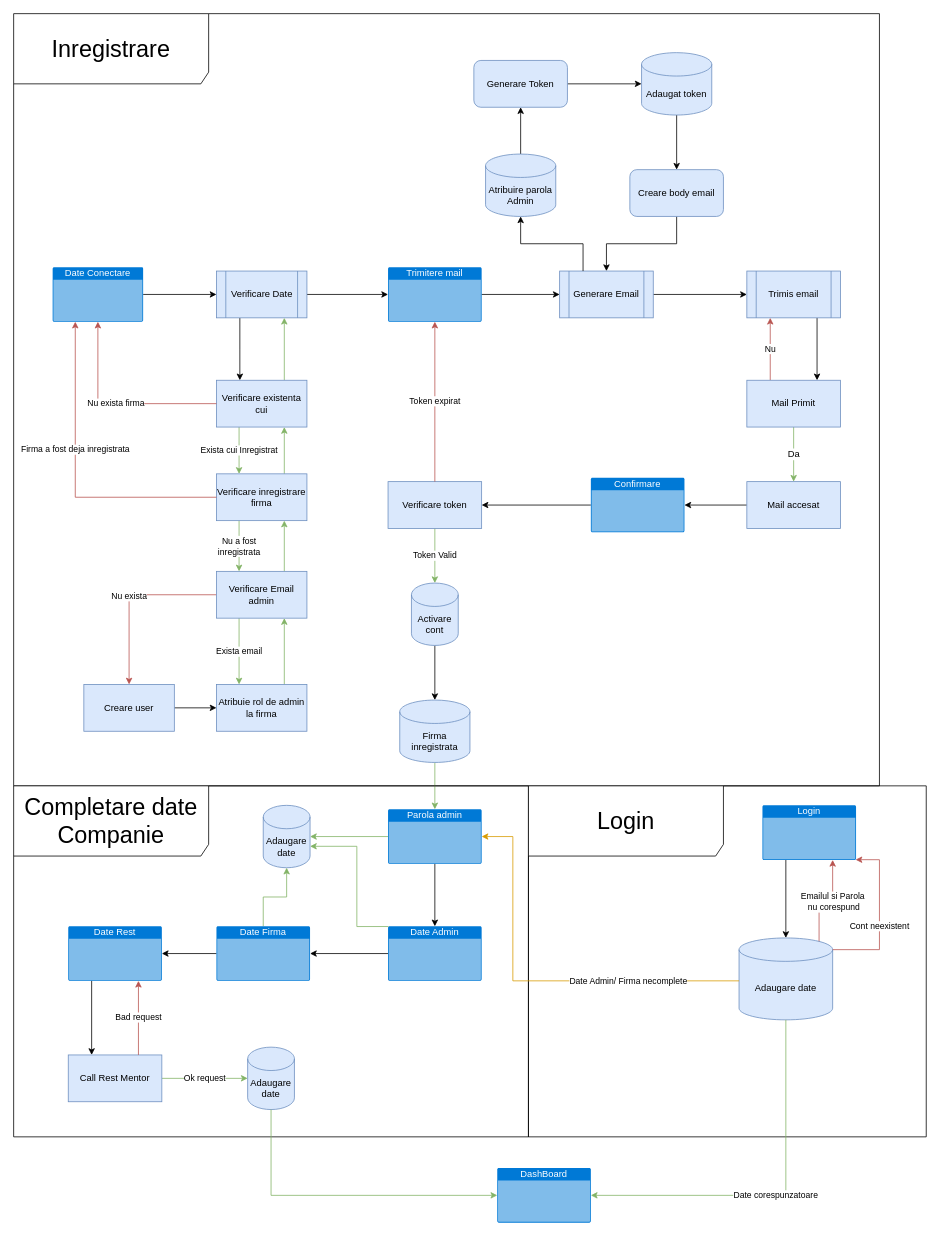
The draw.io diagram Diagramă fără titlu.drawio in andreibill/Arhitecture, before the edit. Source tidied: cells renumbered, new cells numbered last; positions are measured from the earlier drawing's top-left corner, leaving out a move shared by most shapes. Both pictures are drawn from the tidied source at 78%, with x=0, y=0 at pixel (13, 13).
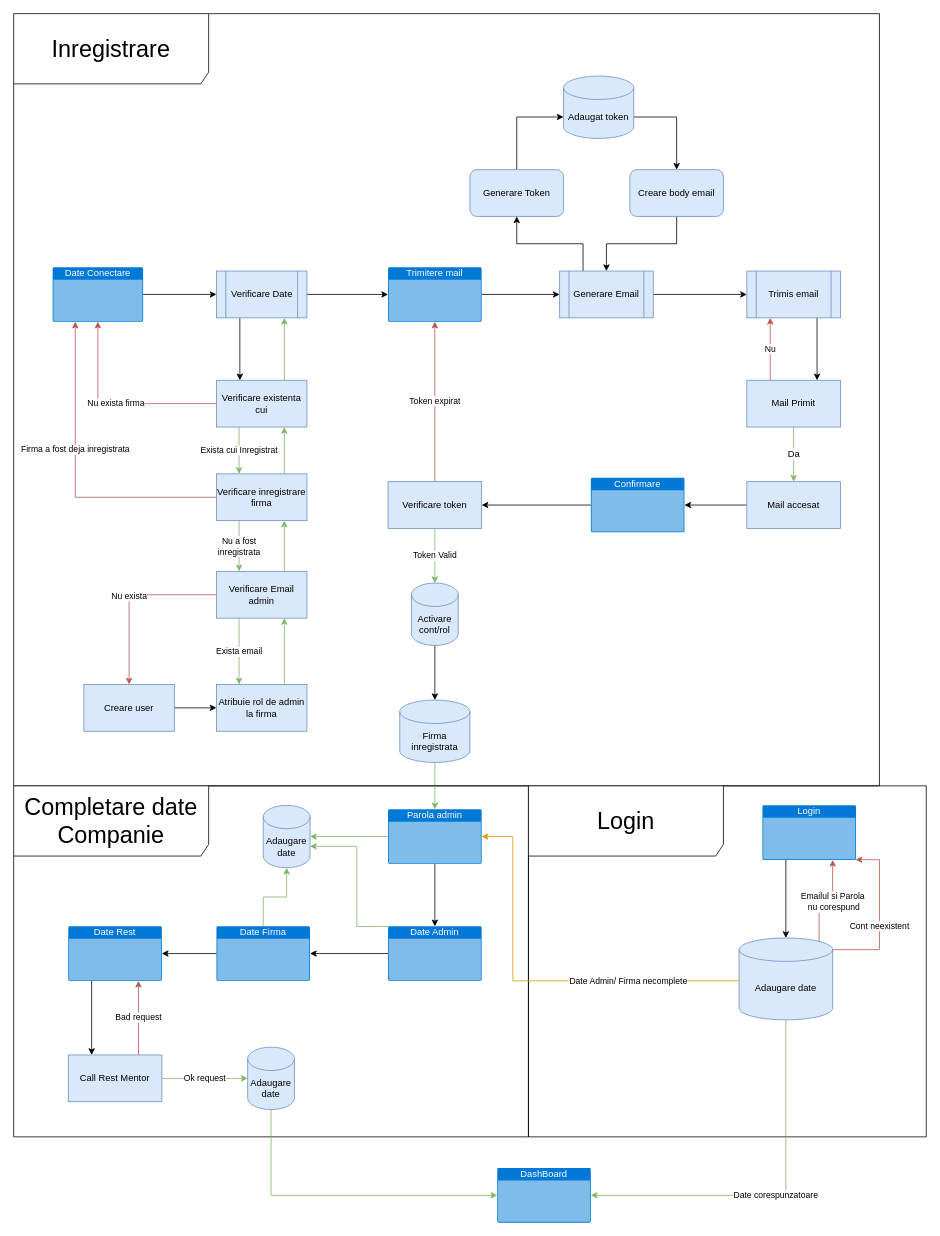
The same page after the edit.

The change refers to these unchanged cells:
```xml
<mxCell id="3" value="Generare Email" style="shape=process;whiteSpace=wrap;html=1;backgroundOutline=1;rounded=0;strokeColor=#6c8ebf;align=center;verticalAlign=middle;fontFamily=Helvetica;fontSize=12;fontColor=default;fillColor=#dae8fc;" parent="1" vertex="1">
  <mxGeometry x="700" y="330" width="120" height="60" as="geometry" />
</mxCell>
<mxCell id="7" value="Creare body email" style="rounded=1;whiteSpace=wrap;html=1;strokeColor=#6c8ebf;align=center;verticalAlign=middle;fontFamily=Helvetica;fontSize=12;fontColor=default;fillColor=#dae8fc;" parent="1" vertex="1">
  <mxGeometry x="790" y="200" width="120" height="60" as="geometry" />
</mxCell>
```

Diff of the diagram source:
```diff
@@
+    <mxCell id="81" style="edgeStyle=orthogonalEdgeStyle;rounded=0;jettySize=auto;html=1;exitX=0.25;exitY=0;exitDx=0;exitDy=0;entryX=0.5;entryY=1;entryDx=0;entryDy=0;" parent="1" edge="1" source="3" target="5">
+      <mxGeometry relative="1" as="geometry" />
+    </mxCell>
@@
-    <mxCell id="4" style="edgeStyle=orthogonalEdgeStyle;rounded=0;jettySize=auto;html=1;" parent="1" edge="1" source="5" target="53">
+    <mxCell id="4" style="edgeStyle=orthogonalEdgeStyle;rounded=0;jettySize=auto;html=1;entryX=0;entryY=0;entryDx=0;entryDy=52.5;entryPerimeter=0;" parent="1" edge="1" source="5" target="53">
       <mxGeometry relative="1" as="geometry" />
     </mxCell>
     <mxCell id="5" value="Generare Token" style="rounded=1;whiteSpace=wrap;html=1;strokeColor=#6c8ebf;align=center;verticalAlign=middle;fontFamily=Helvetica;fontSize=12;fontColor=default;fillColor=#dae8fc;" parent="1" vertex="1">
-      <mxGeometry x="590" y="60" width="120" height="60" as="geometry" />
+      <mxGeometry x="585" y="200" width="120" height="60" as="geometry" />
     </mxCell>
@@
-    <mxCell id="33" value="Activare cont" style="shape=cylinder3;whiteSpace=wrap;html=1;boundedLbl=1;backgroundOutline=1;size=15;fillColor=#dae8fc;strokeColor=#6c8ebf;" parent="1" vertex="1">
+    <mxCell id="33" value="Activare cont/rol&lt;br&gt;" style="shape=cylinder3;whiteSpace=wrap;html=1;boundedLbl=1;backgroundOutline=1;size=15;fillColor=#dae8fc;strokeColor=#6c8ebf;" parent="1" vertex="1">
       <mxGeometry x="510" y="730" width="60" height="80" as="geometry" />
     </mxCell>
@@
-    <mxCell id="52" style="edgeStyle=orthogonalEdgeStyle;rounded=0;jettySize=auto;html=1;" parent="1" edge="1" source="53" target="7">
+    <mxCell id="52" style="edgeStyle=orthogonalEdgeStyle;rounded=0;jettySize=auto;html=1;exitX=1;exitY=0;exitDx=0;exitDy=52.5;exitPerimeter=0;" parent="1" edge="1" source="53" target="7">
       <mxGeometry relative="1" as="geometry" />
     </mxCell>
     <mxCell id="53" value="Adaugat token" style="shape=cylinder3;whiteSpace=wrap;html=1;boundedLbl=1;backgroundOutline=1;size=15;fillColor=#dae8fc;strokeColor=#6c8ebf;" parent="1" vertex="1">
-      <mxGeometry x="805" y="50" width="90" height="80" as="geometry" />
+      <mxGeometry x="705" y="80" width="90" height="80" as="geometry" />
     </mxCell>
@@
-    <mxCell id="63" style="edgeStyle=orthogonalEdgeStyle;rounded=0;jettySize=auto;html=1;" parent="1" edge="1" source="64" target="5">
-      <mxGeometry relative="1" as="geometry" />
-    </mxCell>
-    <mxCell id="64" value="Atribuire parola Admin" style="shape=cylinder3;whiteSpace=wrap;html=1;boundedLbl=1;backgroundOutline=1;size=15;fillColor=#dae8fc;strokeColor=#6c8ebf;" parent="1" vertex="1">
-      <mxGeometry x="605" y="180" width="90" height="80" as="geometry" />
-    </mxCell>
-    <mxCell id="65" style="edgeStyle=orthogonalEdgeStyle;rounded=0;jettySize=auto;html=1;exitX=0.25;exitY=0;exitDx=0;exitDy=0;entryX=0.5;entryY=1;entryDx=0;entryDy=0;entryPerimeter=0;" parent="1" edge="1" source="3" target="64">
-      <mxGeometry relative="1" as="geometry" />
-    </mxCell>
```
